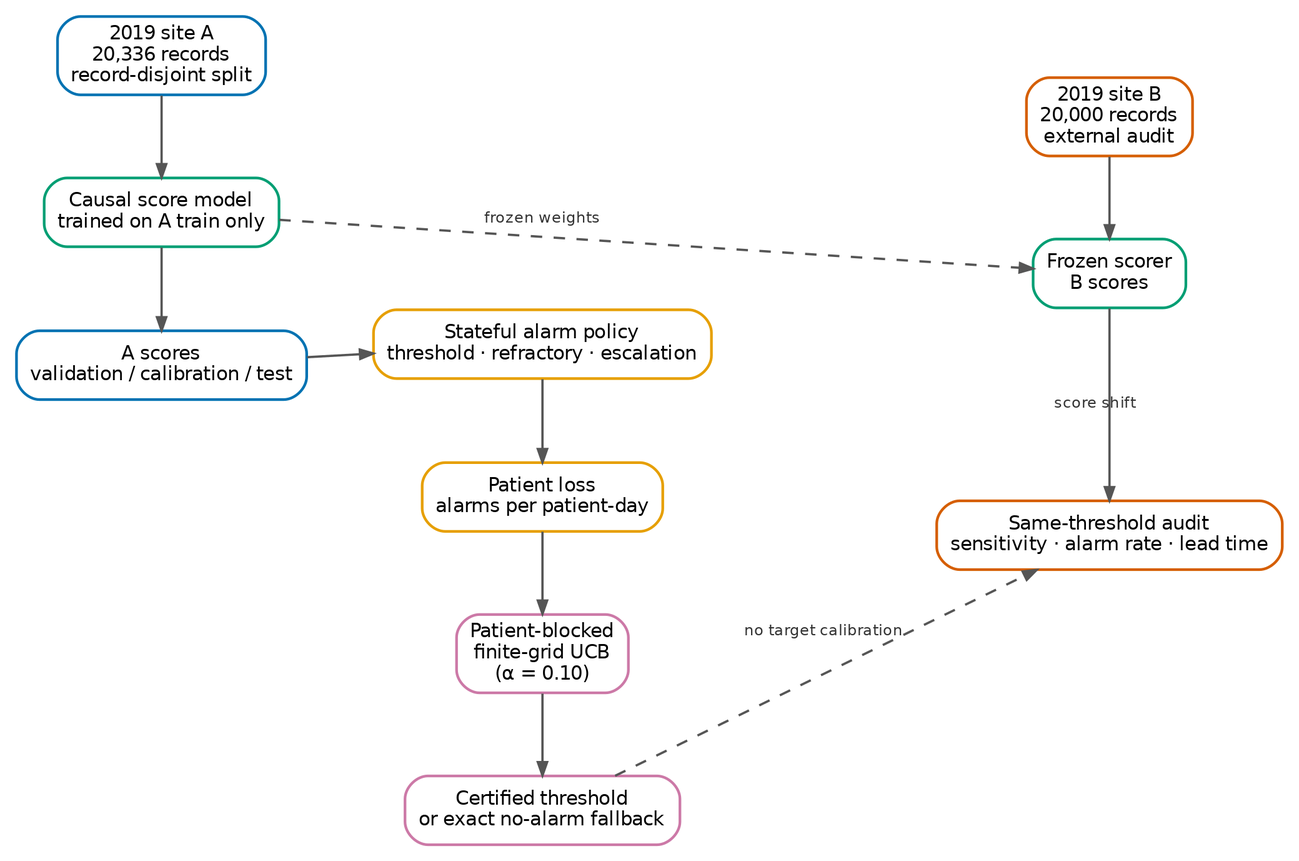
Above: figures/framework.png in llmnjust-afk/EAAI1028 (Graphviz), before the change. Its source is kept beside it as figures/framework.dot. Its diagram source:
```dot
digraph framework {
  graph [rankdir=LR, bgcolor="white", pad="0.12", nodesep="0.30", ranksep="0.46",
         fontname="Helvetica", splines=true];
  node [shape=box, style="rounded,filled", fillcolor="white", color="#0072B2",
        penwidth=1.4, fontname="Helvetica", fontsize=10, margin="0.10,0.06"];
  edge [color="#555555", penwidth=1.2, arrowsize=0.7, fontname="Helvetica",
        fontsize=8, fontcolor="#333333"];

  dA [label="2019 site A\n20,336 records\nrecord-disjoint split", color="#0072B2"];
  score [label="Causal score model\ntrained on A train only", color="#009E73"];
  sA [label="A scores\nvalidation / calibration / test", color="#0072B2"];
  policy [label="Stateful alarm policy\nthreshold · refractory · escalation", color="#E69F00"];
  loss [label="Patient loss\nalarms per patient-day", color="#E69F00"];
  cal [label="Patient-blocked\nfinite-grid UCB\n(α = 0.10)", color="#CC79A7"];
  thr [label="Certified threshold\nor exact no-alarm fallback", color="#CC79A7"];
  dB [label="2019 site B\n20,000 records\nexternal audit", color="#D55E00"];
  sB [label="Frozen scorer\nB scores", color="#009E73"];
  audit [label="Same-threshold audit\nsensitivity · alarm rate · lead time", color="#D55E00"];

  dA -> score -> sA -> policy -> loss -> cal -> thr;
  score -> sB [label="frozen weights", style=dashed];
  dB -> sB;
  sB -> audit [label="score shift"];
  thr -> audit [label="no target calibration", style=dashed];
  { rank=same; dA; score; sA; }
  { rank=same; policy; loss; cal; thr; }
  { rank=same; dB; sB; audit; }
}
```
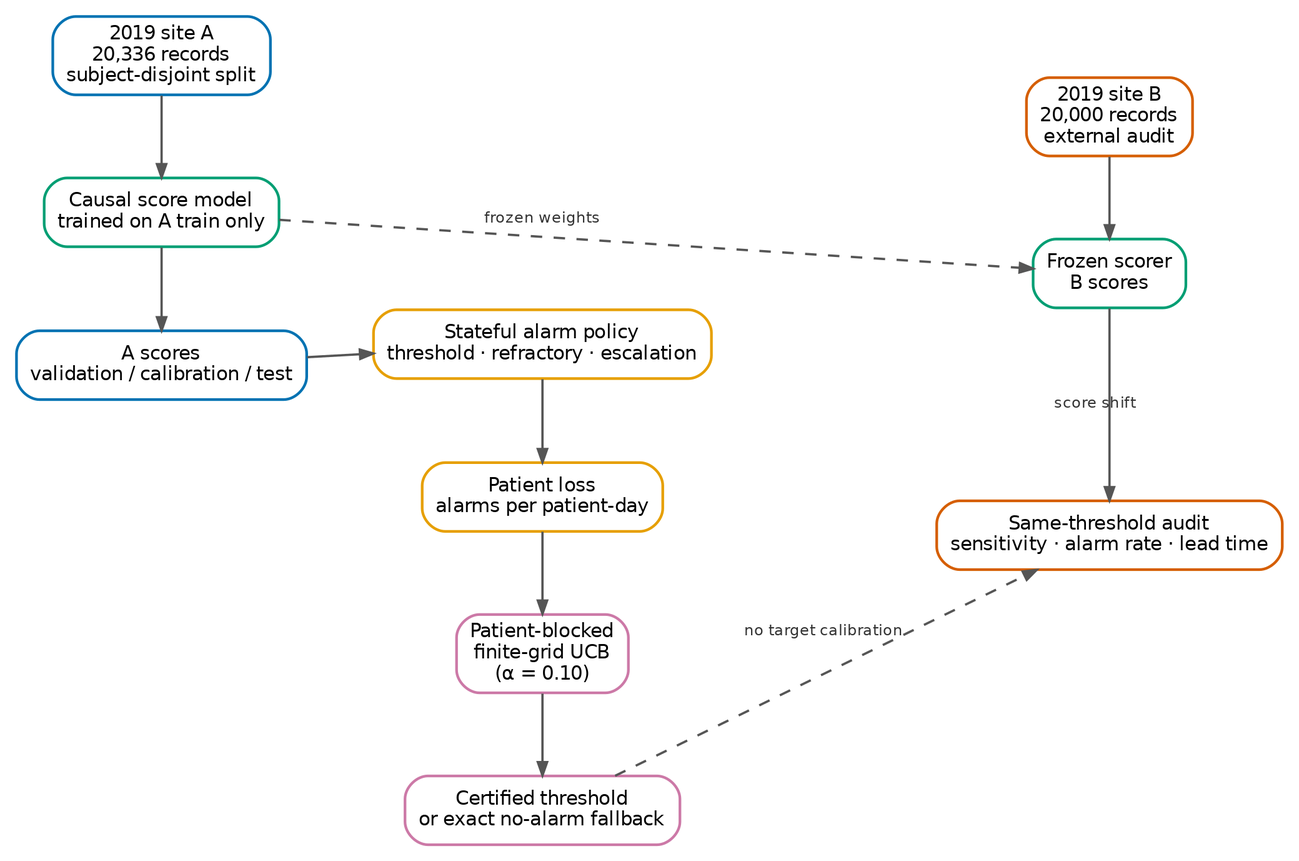
Above is the later version.

What changed in the source:
```diff
@@ -6,7 +6,7 @@
   edge [color="#555555", penwidth=1.2, arrowsize=0.7, fontname="Helvetica",
         fontsize=8, fontcolor="#333333"];
 
-  dA [label="2019 site A\n20,336 records\nrecord-disjoint split", color="#0072B2"];
+  dA [label="2019 site A\n20,336 records\nsubject-disjoint split", color="#0072B2"];
   score [label="Causal score model\ntrained on A train only", color="#009E73"];
   sA [label="A scores\nvalidation / calibration / test", color="#0072B2"];
   policy [label="Stateful alarm policy\nthreshold · refractory · escalation", color="#E69F00"];
```
